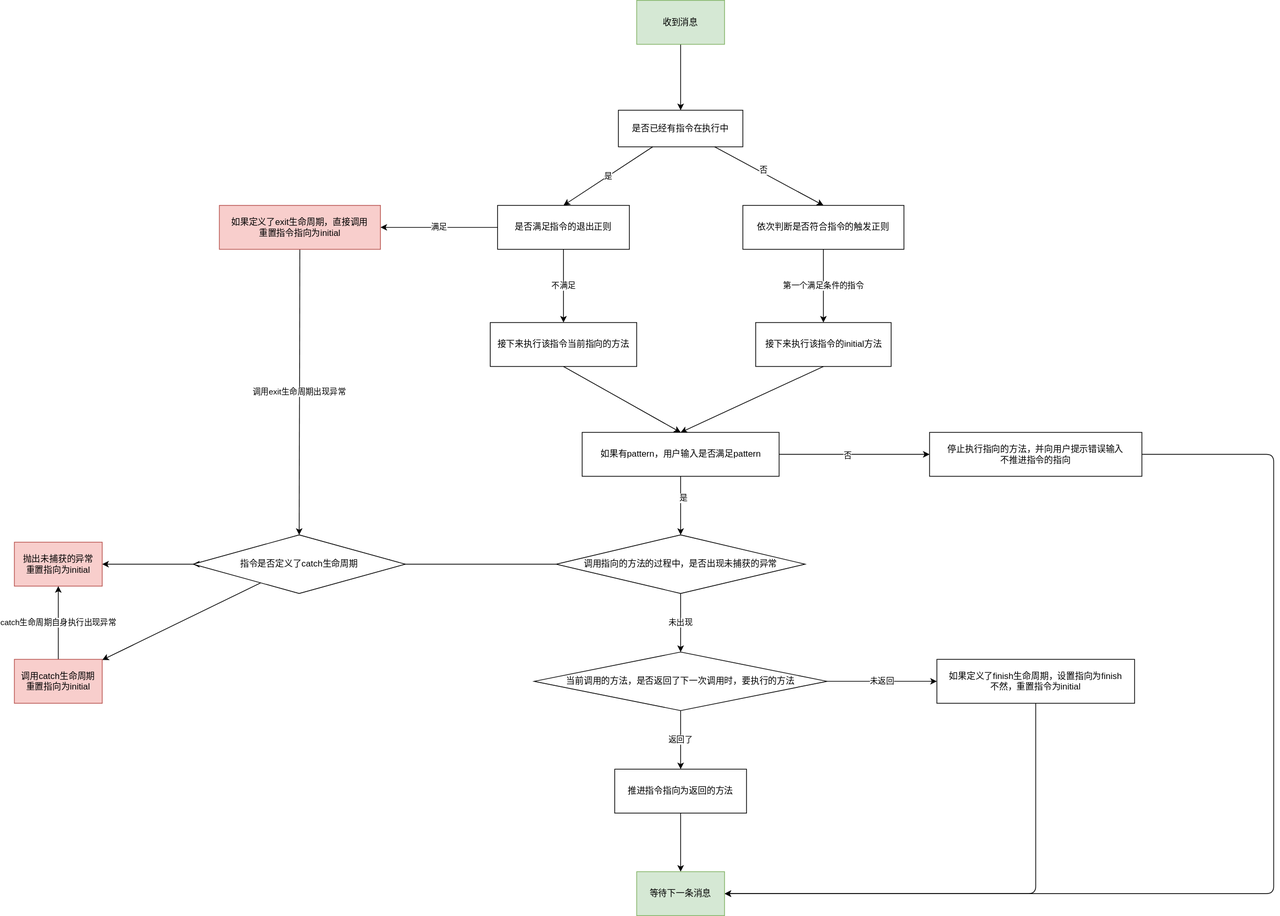
Earlier version of the draw.io export docs/docs/教程/指令/command.drawio.svg (SSmJaE/PepperBot). Source tidied: cells renumbered, new cells last; positions are measured from the earlier drawing's top-left corner, leaving out a move shared by most shapes.
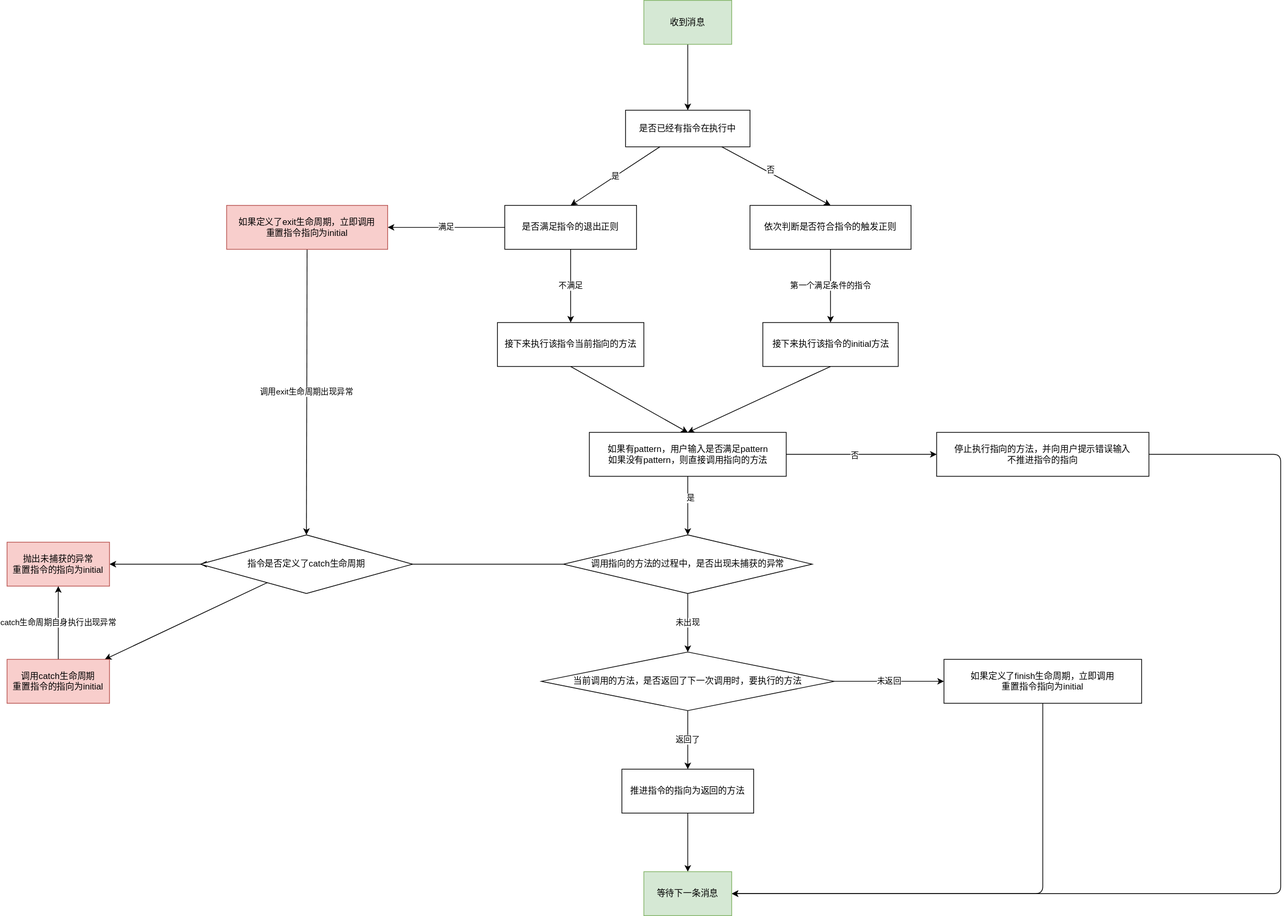
Later version of the same file.

Change to the diagram source:
```diff
@@ -52,7 +52,7 @@
     <mxCell id="17" value="是" style="edgeLabel;html=1;align=center;verticalAlign=middle;" parent="16" vertex="1">
       <mxGeometry x="-0.28" y="3" relative="1" as="geometry" />
     </mxCell>
-    <mxCell id="18" value="如果有pattern，用户输入是否满足pattern" style="rounded=0;whiteSpace=wrap;html=1;glass=0;sketch=0;" parent="1" vertex="1">
+    <mxCell id="18" value="如果有pattern，用户输入是否满足pattern&lt;br&gt;如果没有pattern，则直接调用指向的方法" style="rounded=0;whiteSpace=wrap;html=1;glass=0;sketch=0;" parent="1" vertex="1">
       <mxGeometry x="775.5" y="590" width="269" height="60" as="geometry" />
     </mxCell>
     <mxCell id="19" value="未出现" style="edgeStyle=none;html=1;" parent="1" edge="1">
@@ -96,14 +96,14 @@
     <mxCell id="29" value="指令是否定义了catch生命周期" style="rhombus;whiteSpace=wrap;html=1;glass=0;sketch=0;" parent="1" vertex="1">
       <mxGeometry x="244" y="730" width="290" height="80" as="geometry" />
     </mxCell>
-    <mxCell id="30" value="抛出未捕获的异常&lt;br&gt;重置指向为initial" style="rounded=0;whiteSpace=wrap;html=1;glass=0;sketch=0;fillColor=#f8cecc;strokeColor=#b85450;" parent="1" vertex="1">
-      <mxGeometry y="740" width="120" height="60" as="geometry" />
+    <mxCell id="30" value="抛出未捕获的异常&lt;br&gt;重置指令的指向为initial" style="rounded=0;whiteSpace=wrap;html=1;glass=0;sketch=0;fillColor=#f8cecc;strokeColor=#b85450;" parent="1" vertex="1">
+      <mxGeometry x="-20" y="740" width="140" height="60" as="geometry" />
     </mxCell>
     <mxCell id="31" value="catch生命周期自身执行出现异常" style="edgeStyle=none;html=1;" parent="1" edge="1" source="32" target="30">
       <mxGeometry relative="1" as="geometry" />
     </mxCell>
-    <mxCell id="32" value="调用catch生命周期&lt;br&gt;重置指向为initial" style="whiteSpace=wrap;html=1;glass=0;sketch=0;fillColor=#f8cecc;strokeColor=#b85450;" parent="1" vertex="1">
-      <mxGeometry y="900" width="120" height="60" as="geometry" />
+    <mxCell id="32" value="调用catch生命周期&lt;br&gt;重置指令的指向为initial" style="whiteSpace=wrap;html=1;glass=0;sketch=0;fillColor=#f8cecc;strokeColor=#b85450;" parent="1" vertex="1">
+      <mxGeometry x="-20" y="900" width="140" height="60" as="geometry" />
     </mxCell>
     <mxCell id="33" style="edgeStyle=none;html=1;entryX=1;entryY=0.5;entryDx=0;entryDy=0;" parent="1" edge="1" source="34" target="42">
       <mxGeometry relative="1" as="geometry">
@@ -112,7 +112,7 @@
         </Array>
       </mxGeometry>
     </mxCell>
-    <mxCell id="34" value="如果定义了finish生命周期，设置指向为finish&lt;br&gt;不然，重置指令为initial" style="whiteSpace=wrap;html=1;glass=0;sketch=0;" parent="1" vertex="1">
+    <mxCell id="34" value="如果定义了finish生命周期，立即调用&lt;br&gt;重置指令指向为initial" style="whiteSpace=wrap;html=1;glass=0;sketch=0;" parent="1" vertex="1">
       <mxGeometry x="1260" y="900" width="270" height="60" as="geometry" />
     </mxCell>
     <mxCell id="35" value="满足" style="edgeStyle=none;html=1;entryX=1;entryY=0.5;entryDx=0;entryDy=0;" parent="1" edge="1" source="37" target="39">
@@ -127,13 +127,13 @@
     <mxCell id="38" value="调用exit生命周期出现异常" style="edgeStyle=none;html=1;entryX=0.5;entryY=0;entryDx=0;entryDy=0;" parent="1" edge="1" source="39" target="29">
       <mxGeometry relative="1" as="geometry" />
     </mxCell>
-    <mxCell id="39" value="如果定义了exit生命周期，直接调用&lt;br&gt;重置指令指向为initial" style="rounded=0;whiteSpace=wrap;html=1;glass=0;sketch=0;fillColor=#f8cecc;strokeColor=#b85450;" parent="1" vertex="1">
+    <mxCell id="39" value="如果定义了exit生命周期，立即调用&lt;br&gt;重置指令指向为initial" style="rounded=0;whiteSpace=wrap;html=1;glass=0;sketch=0;fillColor=#f8cecc;strokeColor=#b85450;" parent="1" vertex="1">
       <mxGeometry x="280" y="280" width="220" height="60" as="geometry" />
     </mxCell>
     <mxCell id="40" style="edgeStyle=none;html=1;" parent="1" edge="1" source="41" target="42">
       <mxGeometry relative="1" as="geometry" />
     </mxCell>
-    <mxCell id="41" value="推进指令指向为返回的方法" style="rounded=0;whiteSpace=wrap;html=1;glass=0;sketch=0;" parent="1" vertex="1">
+    <mxCell id="41" value="推进指令的指向为返回的方法" style="rounded=0;whiteSpace=wrap;html=1;glass=0;sketch=0;" parent="1" vertex="1">
       <mxGeometry x="820" y="1050" width="180" height="60" as="geometry" />
     </mxCell>
     <mxCell id="42" value="等待下一条消息" style="rounded=0;whiteSpace=wrap;html=1;glass=0;sketch=0;fillColor=#d5e8d4;strokeColor=#82b366;" parent="1" vertex="1">
```
